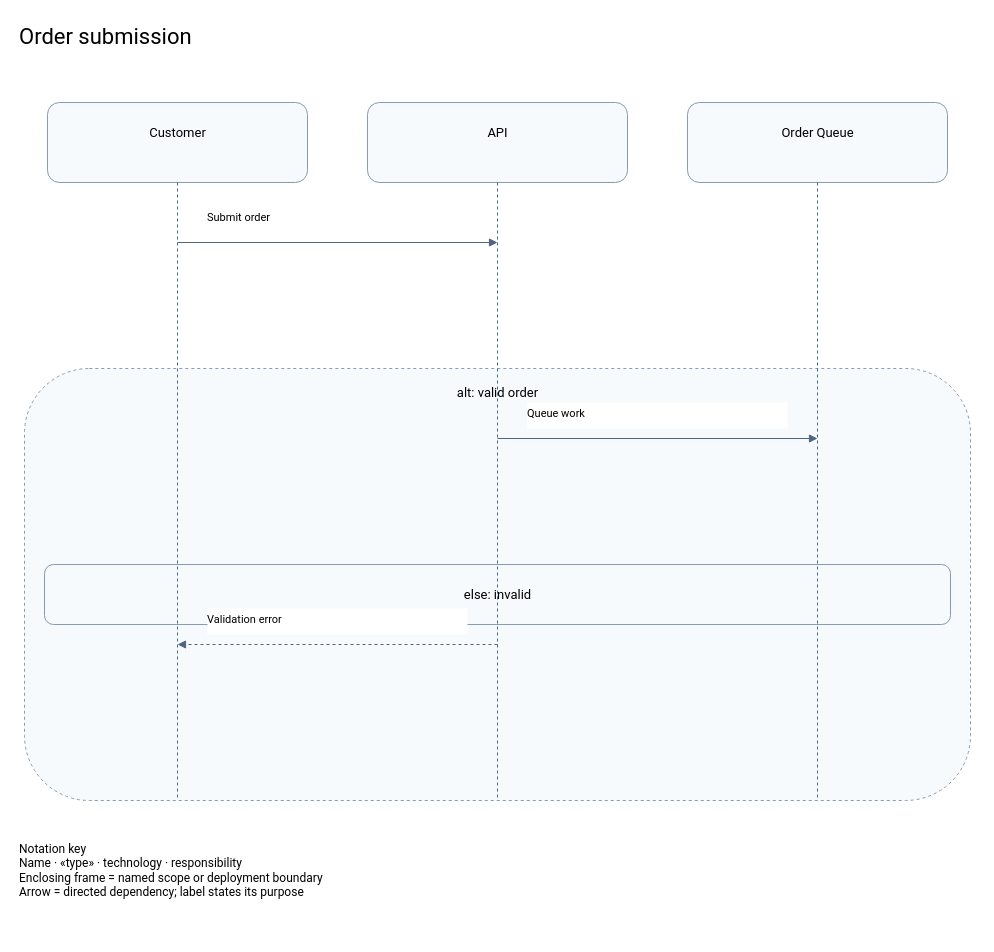
This is examples/cli-features/scenario/scenario.drawio from tyler59simon/architecture-suite-plugin, a draw.io file, before an edit. Source tidied: cells renumbered, new cells numbered last; positions are measured from the earlier drawing's top-left corner, leaving out a move shared by most shapes. Both pictures are drawn from the tidied source at 100%, with x=0, y=0 at pixel (17, 17).
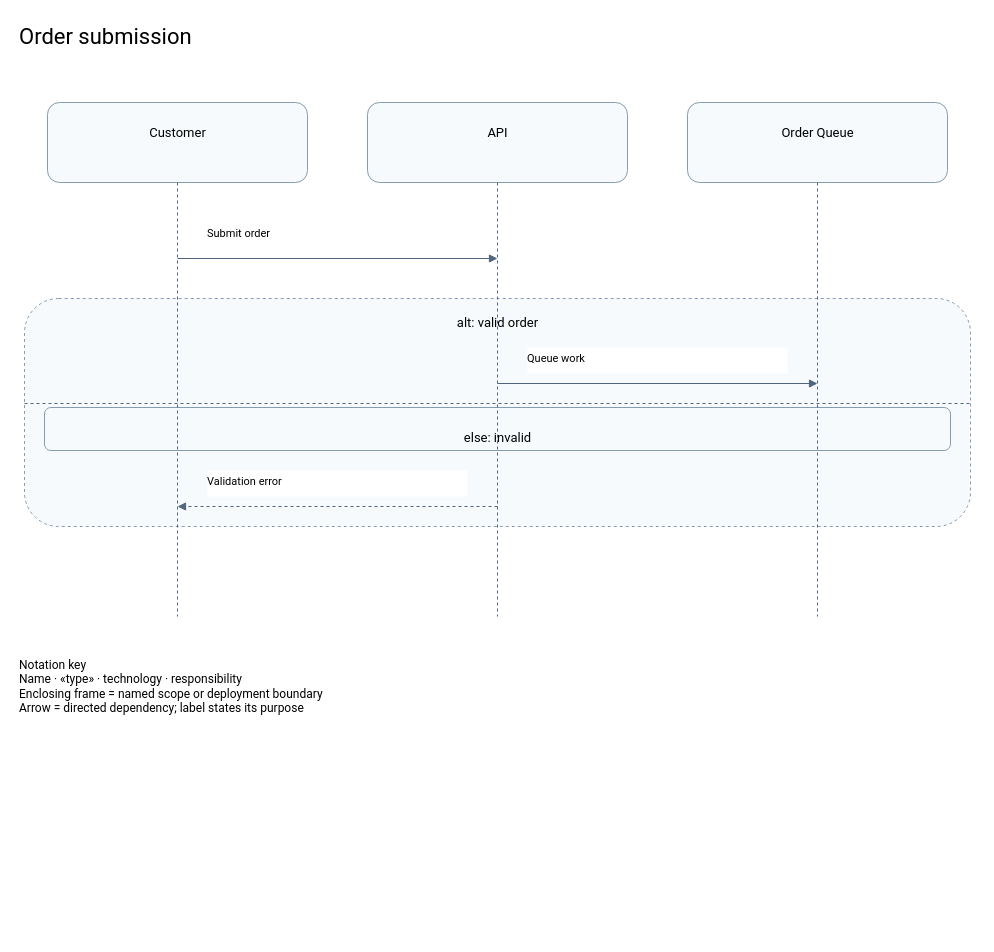
After the change.

The change refers to these unchanged cells:
```xml
<mxCell id="3" style="rounded=1;fillColor=#f7fafc;strokeColor=#879bb1;dashed=0;" parent="1" vertex="1">
  <mxGeometry x="30" y="85" width="260" height="80" as="geometry" />
</mxCell>
<mxCell id="5" style="rounded=1;fillColor=#f7fafc;strokeColor=#879bb1;dashed=0;" parent="1" vertex="1">
  <mxGeometry x="350" y="85" width="260" height="80" as="geometry" />
</mxCell>
<mxCell id="7" style="rounded=1;fillColor=#f7fafc;strokeColor=#879bb1;dashed=0;" parent="1" vertex="1">
  <mxGeometry x="670" y="85" width="260" height="80" as="geometry" />
</mxCell>
```

The edit, as a diff of the source:
```diff
@@
     <mxCell id="9" style="rounded=1;fillColor=#f7fafc;strokeColor=#879bb1;dashed=1;" parent="1" vertex="1">
-      <mxGeometry x="7" y="351" width="946" height="432" as="geometry" />
+      <mxGeometry x="7" y="281" width="946" height="228" as="geometry" />
     </mxCell>
@@
     <mxCell id="11" style="rounded=1;fillColor=#f7fafc;strokeColor=#879bb1;dashed=0;" parent="9" vertex="1">
-      <mxGeometry x="20" y="196" width="906" height="60" as="geometry" />
+      <mxGeometry x="20" y="109" width="906" height="43" as="geometry" />
     </mxCell>
@@
-    <mxCell id="13" style="endArrow=none;dashed=1;rounded=0;strokeColor=#526580;exitX=0.5;exitY=1.0;exitPerimeter=0;entryX=0.5;entryY=8.725;entryPerimeter=0;noEdgeStyle=1;" parent="1" edge="1" source="7" target="7">
+    <mxCell id="13" style="endArrow=none;dashed=1;rounded=0;strokeColor=#526580;exitX=0.5;exitY=1.0;exitPerimeter=0;entryX=0.5;entryY=6.425;entryPerimeter=0;noEdgeStyle=1;" parent="1" edge="1" source="7" target="7">
       <mxGeometry relative="1" as="geometry" />
     </mxCell>
-    <mxCell id="14" style="endArrow=none;dashed=1;rounded=0;strokeColor=#526580;exitX=0.5;exitY=1.0;exitPerimeter=0;entryX=0.5;entryY=8.725;entryPerimeter=0;noEdgeStyle=1;" parent="1" edge="1" source="5" target="5">
+    <mxCell id="14" style="endArrow=none;dashed=1;rounded=0;strokeColor=#526580;exitX=0.5;exitY=1.0;exitPerimeter=0;entryX=0.5;entryY=6.425;entryPerimeter=0;noEdgeStyle=1;" parent="1" edge="1" source="5" target="5">
       <mxGeometry relative="1" as="geometry" />
     </mxCell>
-    <mxCell id="15" style="endArrow=none;dashed=1;rounded=0;strokeColor=#526580;exitX=0.5;exitY=1.0;exitPerimeter=0;entryX=0.5;entryY=8.725;entryPerimeter=0;noEdgeStyle=1;" parent="1" edge="1" source="3" target="3">
+    <mxCell id="15" style="endArrow=none;dashed=1;rounded=0;strokeColor=#526580;exitX=0.5;exitY=1.0;exitPerimeter=0;entryX=0.5;entryY=6.425;entryPerimeter=0;noEdgeStyle=1;" parent="1" edge="1" source="3" target="3">
       <mxGeometry relative="1" as="geometry" />
     </mxCell>
-    <mxCell id="16" style="endArrow=block;dashed=0;rounded=0;strokeColor=#526580;exitX=0.5;exitY=1.75;exitPerimeter=0;entryX=0.5;entryY=1.75;entryPerimeter=0;noEdgeStyle=1;" parent="1" edge="1" source="3" target="5">
+    <mxCell id="16" style="endArrow=block;dashed=0;rounded=0;strokeColor=#526580;exitX=0.5;exitY=1.95;exitPerimeter=0;entryX=0.5;entryY=1.95;entryPerimeter=0;noEdgeStyle=1;" parent="1" edge="1" source="3" target="5">
       <mxGeometry relative="1" as="geometry" />
     </mxCell>
     <mxCell id="17" value="Submit order" style="text;html=1;fillColor=#ffffff;fontSize=11;fontFamily=Roboto;spacing=0;" parent="1" vertex="1">
-      <mxGeometry x="190" y="189" width="260" height="26" as="geometry" />
+      <mxGeometry x="190" y="205" width="260" height="26" as="geometry" />
     </mxCell>
-    <mxCell id="18" style="endArrow=block;dashed=0;rounded=0;strokeColor=#526580;exitX=0.5;exitY=4.2;exitPerimeter=0;entryX=0.5;entryY=4.2;entryPerimeter=0;noEdgeStyle=1;" parent="1" edge="1" source="5" target="7">
+    <mxCell id="18" style="endArrow=block;dashed=0;rounded=0;strokeColor=#526580;exitX=0.5;exitY=3.5125;exitPerimeter=0;entryX=0.5;entryY=3.5125;entryPerimeter=0;noEdgeStyle=1;" parent="1" edge="1" source="5" target="7">
       <mxGeometry relative="1" as="geometry" />
     </mxCell>
     <mxCell id="19" value="Queue work" style="text;html=1;fillColor=#ffffff;fontSize=11;fontFamily=Roboto;spacing=0;" parent="1" vertex="1">
-      <mxGeometry x="510" y="385" width="260" height="26" as="geometry" />
+      <mxGeometry x="510" y="330" width="260" height="26" as="geometry" />
     </mxCell>
-    <mxCell id="20" style="endArrow=block;dashed=1;rounded=0;strokeColor=#526580;exitX=0.5;exitY=6.775;exitPerimeter=0;entryX=0.5;entryY=6.775;entryPerimeter=0;noEdgeStyle=1;" parent="1" edge="1" source="5" target="3">
+    <mxCell id="20" style="endArrow=none;dashed=1;rounded=0;strokeColor=#526580;exitX=0.0;exitY=0.4605263157894737;exitPerimeter=0;entryX=1.0;entryY=0.4605263157894737;entryPerimeter=0;noEdgeStyle=1;" parent="1" edge="1" source="9" target="9">
       <mxGeometry relative="1" as="geometry" />
     </mxCell>
+    <mxCell id="23" style="endArrow=block;dashed=1;rounded=0;strokeColor=#526580;exitX=0.5;exitY=5.05;exitPerimeter=0;entryX=0.5;entryY=5.05;entryPerimeter=0;noEdgeStyle=1;" parent="1" edge="1" source="5" target="3">
+      <mxGeometry relative="1" as="geometry" />
+    </mxCell>
     <mxCell id="21" value="Validation error" style="text;html=1;fillColor=#ffffff;fontSize=11;fontFamily=Roboto;spacing=0;" parent="1" vertex="1">
-      <mxGeometry x="190" y="591" width="260" height="26" as="geometry" />
+      <mxGeometry x="190" y="453" width="260" height="26" as="geometry" />
     </mxCell>
     <mxCell id="22" value="Notation key&lt;br&gt;Name · «type» · technology · responsibility&lt;br&gt;Enclosing frame = named scope or deployment boundary&lt;br&gt;Arrow = directed dependency; label states its purpose" style="text;html=1;align=left;fontSize=12;fontFamily=Roboto;" parent="1" vertex="1">
-      <mxGeometry y="818" width="560" height="100" as="geometry" />
+      <mxGeometry y="634" width="560" height="100" as="geometry" />
     </mxCell>
```
